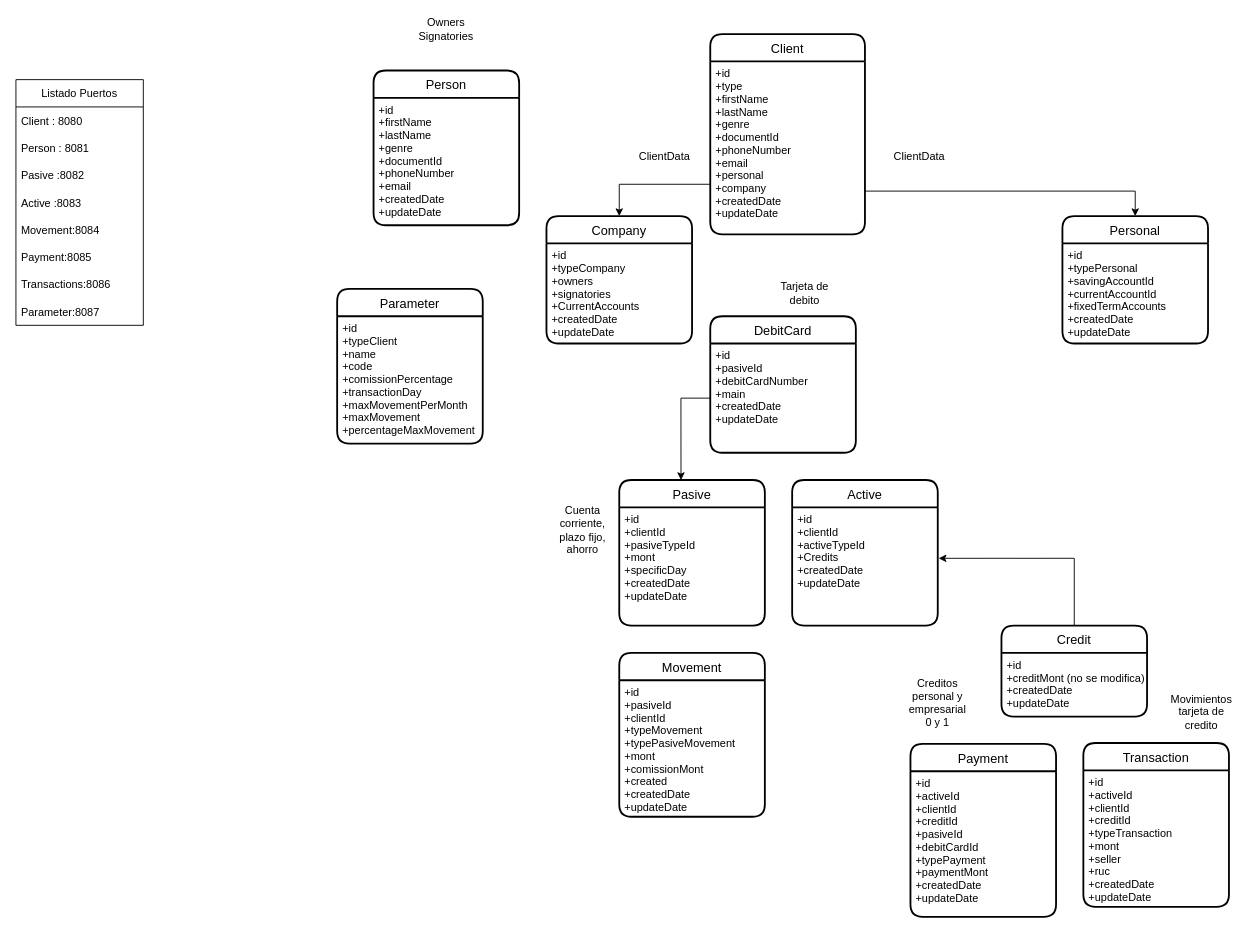
Before: page "Datos" (1 of 4) of proyecto1.drawio in AdrianNMS/MS-bank-diagram, a draw.io diagram. Source tidied: cells renumbered, new cells numbered last; positions are measured from the earlier drawing's top-left corner, leaving out a move shared by most shapes. Both pictures are drawn from the tidied source at 91%, with x=0, y=0 at pixel (15, 15).
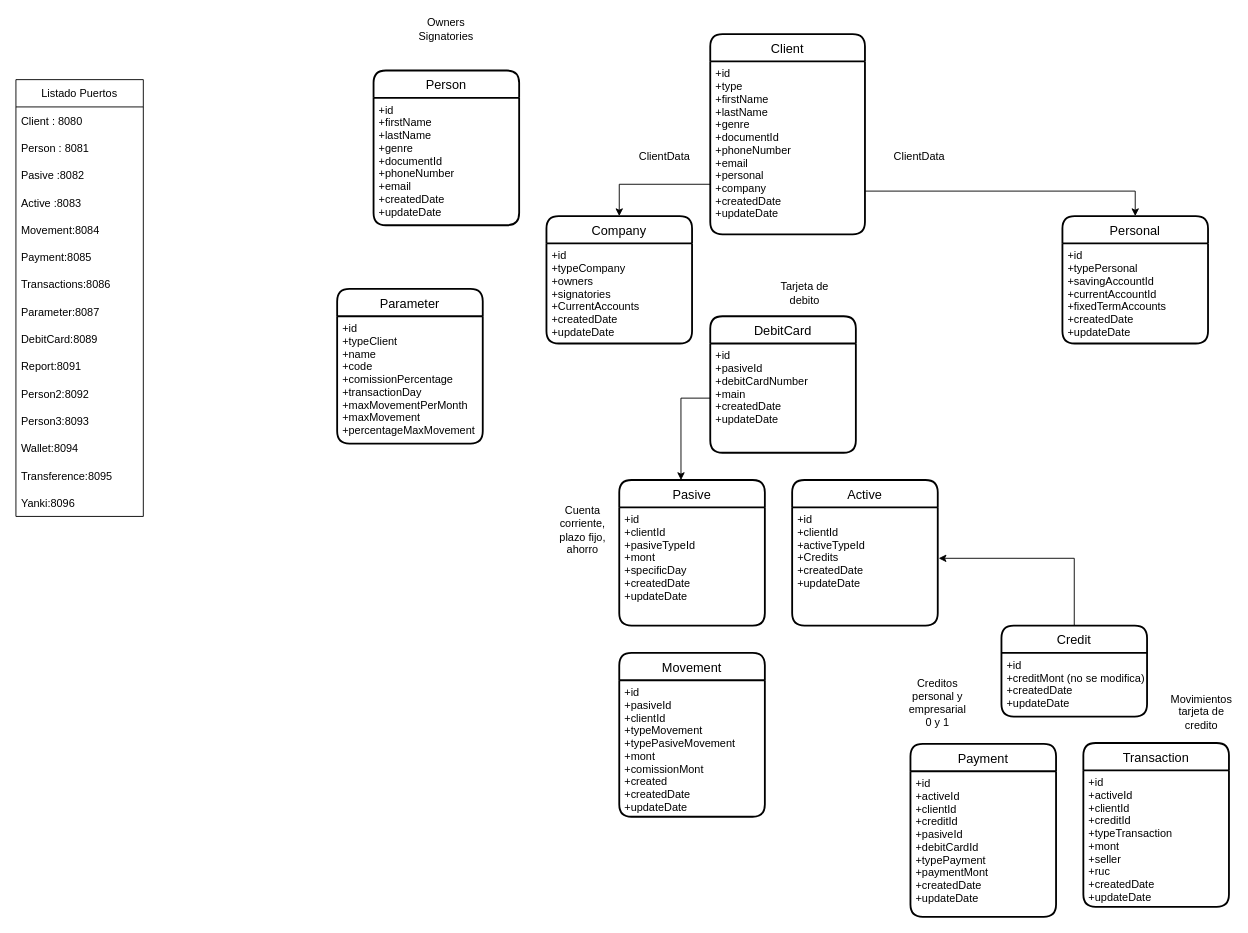
After the change.

The edit, as a diff of the source:
```diff
@@
     <mxCell id="28" value="Listado Puertos" style="swimlane;fontStyle=0;horizontal=1;startSize=30;fillColor=#FFFFFF;" parent="1" vertex="1">
-      <mxGeometry y="70" width="140" height="270" as="geometry" />
+      <mxGeometry y="70" width="140" height="480" as="geometry" />
     </mxCell>
@@
+    <mxCell id="46" value="DebitCard:8089" style="text;strokeColor=none;fillColor=none;align=left;verticalAlign=middle;spacingLeft=4;spacingRight=4;overflow=hidden;" parent="28" vertex="1">
+      <mxGeometry y="270" width="140" height="30" as="geometry" />
+    </mxCell>
+    <mxCell id="47" value="Report:8091" style="text;strokeColor=none;fillColor=none;align=left;verticalAlign=middle;spacingLeft=4;spacingRight=4;overflow=hidden;" parent="28" vertex="1">
+      <mxGeometry y="300" width="140" height="30" as="geometry" />
+    </mxCell>
+    <mxCell id="48" value="Person2:8092" style="text;strokeColor=none;fillColor=none;align=left;verticalAlign=middle;spacingLeft=4;spacingRight=4;overflow=hidden;" parent="28" vertex="1">
+      <mxGeometry y="330" width="140" height="30" as="geometry" />
+    </mxCell>
+    <mxCell id="49" value="Person3:8093" style="text;strokeColor=none;fillColor=none;align=left;verticalAlign=middle;spacingLeft=4;spacingRight=4;overflow=hidden;" parent="28" vertex="1">
+      <mxGeometry y="360" width="140" height="30" as="geometry" />
+    </mxCell>
+    <mxCell id="50" value="Wallet:8094" style="text;strokeColor=none;fillColor=none;align=left;verticalAlign=middle;spacingLeft=4;spacingRight=4;overflow=hidden;" parent="28" vertex="1">
+      <mxGeometry y="390" width="140" height="30" as="geometry" />
+    </mxCell>
+    <mxCell id="51" value="Transference:8095" style="text;strokeColor=none;fillColor=none;align=left;verticalAlign=middle;spacingLeft=4;spacingRight=4;overflow=hidden;" parent="28" vertex="1">
+      <mxGeometry y="420" width="140" height="30" as="geometry" />
+    </mxCell>
+    <mxCell id="52" value="Yanki:8096" style="text;strokeColor=none;fillColor=none;align=left;verticalAlign=middle;spacingLeft=4;spacingRight=4;overflow=hidden;" parent="28" vertex="1">
+      <mxGeometry y="450" width="140" height="30" as="geometry" />
+    </mxCell>
```
